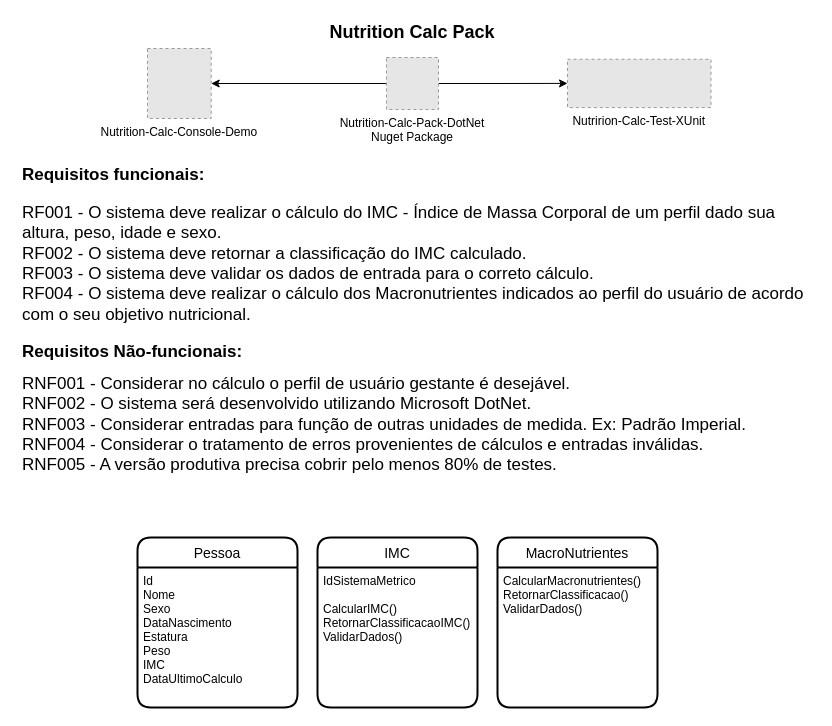
Above: nutrition-calc-diagram.drawio in seibertanderson/health-calc-pack-dotnet (draw.io), before the change. Source tidied: cells renumbered, new cells numbered last; positions are measured from the earlier drawing's top-left corner, leaving out a move shared by most shapes. Both pictures are drawn from the tidied source at 100%, with x=0, y=0 at pixel (17, 17). Pictures stored in the file or linked from it are replaced by grey dashed boxes.
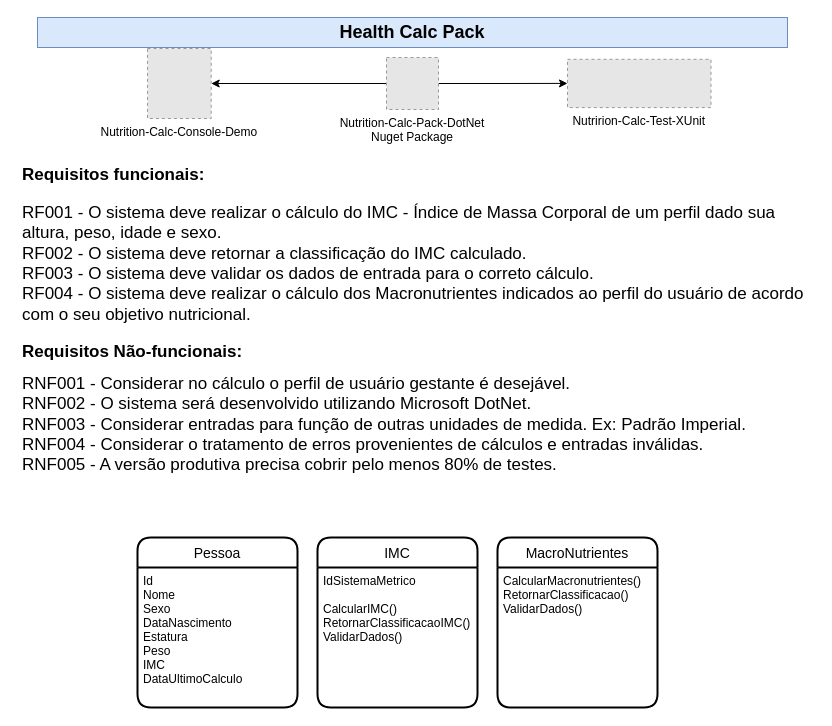
After the change.

The edit, as a diff of the source:
```diff
@@
 <mxGraphModel>
   <root>
     <mxCell id="0" />
     <mxCell id="1" parent="0" />
-    <mxCell id="2" value="&lt;b&gt;&lt;font style=&quot;font-size: 18px;&quot;&gt;Nutrition Calc Pack&lt;/font&gt;&lt;/b&gt;" style="text;html=1;strokeColor=none;fillColor=none;align=center;verticalAlign=middle;whiteSpace=wrap;rounded=0;" parent="1" vertex="1">
+    <mxCell id="2" value="&lt;b&gt;&lt;font style=&quot;font-size: 18px;&quot;&gt;Health Calc Pack&lt;/font&gt;&lt;/b&gt;" style="text;html=1;strokeColor=#6c8ebf;fillColor=#dae8fc;align=center;verticalAlign=middle;whiteSpace=wrap;rounded=0;" parent="1" vertex="1">
       <mxGeometry x="20" width="750" height="30" as="geometry" />
     </mxCell>
     <mxCell id="3" style="edgeStyle=orthogonalEdgeStyle;rounded=0;jettySize=auto;html=1;fontSize=18;" parent="1" edge="1" source="5" target="6">
       <mxGeometry relative="1" as="geometry" />
     </mxCell>
     <mxCell id="4" style="edgeStyle=orthogonalEdgeStyle;rounded=0;jettySize=auto;html=1;entryX=1;entryY=0.5;entryDx=0;entryDy=0;fontSize=18;" parent="1" edge="1" source="5" target="7">
       <mxGeometry relative="1" as="geometry" />
     </mxCell>
     <mxCell id="5" value="Nutrition-Calc-Pack-DotNet&#10;Nuget Package" style="fillColor=#E6E6E6;strokeColor=#999999;dashed=1;verticalLabelPosition=bottom;labelBackgroundColor=default;verticalAlign=top;" parent="1" vertex="1">
       <mxGeometry x="369" y="40" width="52" height="52" as="geometry" />
     </mxCell>
     <mxCell id="6" value="Nutririon-Calc-Test-XUnit" style="fillColor=#E6E6E6;strokeColor=#999999;dashed=1;verticalLabelPosition=bottom;labelBackgroundColor=default;verticalAlign=top;" parent="1" vertex="1">
       <mxGeometry x="550" y="41.8" width="143.5" height="48.3" as="geometry" />
     </mxCell>
     <mxCell id="7" value="Nutrition-Calc-Console-Demo&#10;" style="fillColor=#E6E6E6;strokeColor=#999999;dashed=1;verticalLabelPosition=bottom;labelBackgroundColor=default;verticalAlign=top;" parent="1" vertex="1">
       <mxGeometry x="130" y="31" width="63.7" height="70" as="geometry" />
     </mxCell>
     <mxCell id="8" value="&lt;h1 style=&quot;font-size: 17px;&quot;&gt;&lt;font style=&quot;font-size: 17px;&quot;&gt;Requisitos funcionais:&lt;/font&gt;&lt;/h1&gt;&lt;p style=&quot;font-size: 17px;&quot;&gt;&lt;font style=&quot;font-size: 17px;&quot;&gt;&lt;font style=&quot;font-size: 17px;&quot;&gt;RF001 - O sistema deve realizar o cálculo do IMC - Índice de Massa Corporal de um perfil dado sua altura, peso, idade e sexo.&lt;br&gt;&lt;/font&gt;&lt;span style=&quot;background-color: initial;&quot;&gt;RF002 - O sistema deve retornar a classificação do IMC calculado.&lt;br&gt;RF003 - O sistema deve validar os dados de entrada para o correto cálculo.&lt;br&gt;RF004 - O sistema deve realizar o cálculo dos Macronutrientes indicados ao perfil do usuário de acordo com o seu objetivo nutricional.&lt;/span&gt;&lt;/font&gt;&lt;/p&gt;&lt;p style=&quot;font-size: 17px;&quot;&gt;&lt;font style=&quot;font-size: 17px;&quot;&gt;&lt;/font&gt;&lt;/p&gt;&lt;h1 style=&quot;font-size: 17px;&quot;&gt;&lt;font style=&quot;font-size: 17px;&quot;&gt;Requisitos Não-funcionais:&lt;/font&gt;&lt;/h1&gt;&lt;div style=&quot;font-size: 17px;&quot;&gt;&lt;font style=&quot;font-size: 17px;&quot;&gt;RNF001 - Considerar no cálculo o perfil de usuário gestante é desejável.&lt;br&gt;&lt;/font&gt;&lt;/div&gt;&lt;div style=&quot;font-size: 17px;&quot;&gt;&lt;font style=&quot;font-size: 17px;&quot;&gt;RNF002 - O sistema será desenvolvido utilizando Microsoft DotNet.&lt;br&gt;RNF003 - Considerar entradas para função de outras unidades de medida. Ex: Padrão Imperial.&lt;br&gt;RNF004 - Considerar o tratamento de erros provenientes de cálculos e entradas inválidas.&lt;/font&gt;&lt;/div&gt;&lt;div style=&quot;font-size: 17px;&quot;&gt;&lt;font style=&quot;font-size: 17px;&quot;&gt;RNF005 - A versão produtiva precisa cobrir pelo menos 80% de testes.&lt;/font&gt;&lt;/div&gt;" style="text;html=1;strokeColor=none;fillColor=none;spacing=5;spacingTop=-20;whiteSpace=wrap;overflow=hidden;rounded=0;" parent="1" vertex="1">
       <mxGeometry y="147" width="798" height="343" as="geometry" />
     </mxCell>
     <mxCell id="9" value="Pessoa" style="swimlane;horizontal=1;startSize=30;rounded=1;fontSize=14;fontStyle=0;strokeWidth=2;shadow=0;dashed=0;align=center;" parent="1" vertex="1">
       <mxGeometry x="120" y="520" width="160" height="170" as="geometry" />
     </mxCell>
     <mxCell id="10" value="Id&#10;Nome&#10;Sexo&#10;DataNascimento&#10;Estatura&#10;Peso&#10;IMC&#10;DataUltimoCalculo" style="align=left;strokeColor=none;fillColor=none;spacingLeft=4;fontSize=12;verticalAlign=top;" parent="9" vertex="1">
       <mxGeometry y="30" width="160" height="140" as="geometry" />
     </mxCell>
     <mxCell id="11" value="IMC" style="swimlane;horizontal=1;startSize=30;rounded=1;fontSize=14;fontStyle=0;strokeWidth=2;shadow=0;dashed=0;align=center;" parent="1" vertex="1">
       <mxGeometry x="300" y="520" width="160" height="170" as="geometry" />
     </mxCell>
     <mxCell id="12" value="IdSistemaMetrico&#10;&#10;CalcularIMC()&#10;RetornarClassificacaoIMC()&#10;ValidarDados()" style="align=left;strokeColor=none;fillColor=none;spacingLeft=4;fontSize=12;verticalAlign=top;" parent="11" vertex="1">
       <mxGeometry y="30" width="160" height="140" as="geometry" />
     </mxCell>
     <mxCell id="13" value="MacroNutrientes" style="swimlane;horizontal=1;startSize=30;rounded=1;fontSize=14;fontStyle=0;strokeWidth=2;shadow=0;dashed=0;align=center;" parent="1" vertex="1">
       <mxGeometry x="480" y="520" width="160" height="170" as="geometry" />
     </mxCell>
     <mxCell id="14" value="CalcularMacronutrientes()&#10;RetornarClassificacao()&#10;ValidarDados()" style="align=left;strokeColor=none;fillColor=none;spacingLeft=4;fontSize=12;verticalAlign=top;" parent="13" vertex="1">
       <mxGeometry y="30" width="160" height="140" as="geometry" />
     </mxCell>
   </root>
 </mxGraphModel>
```
